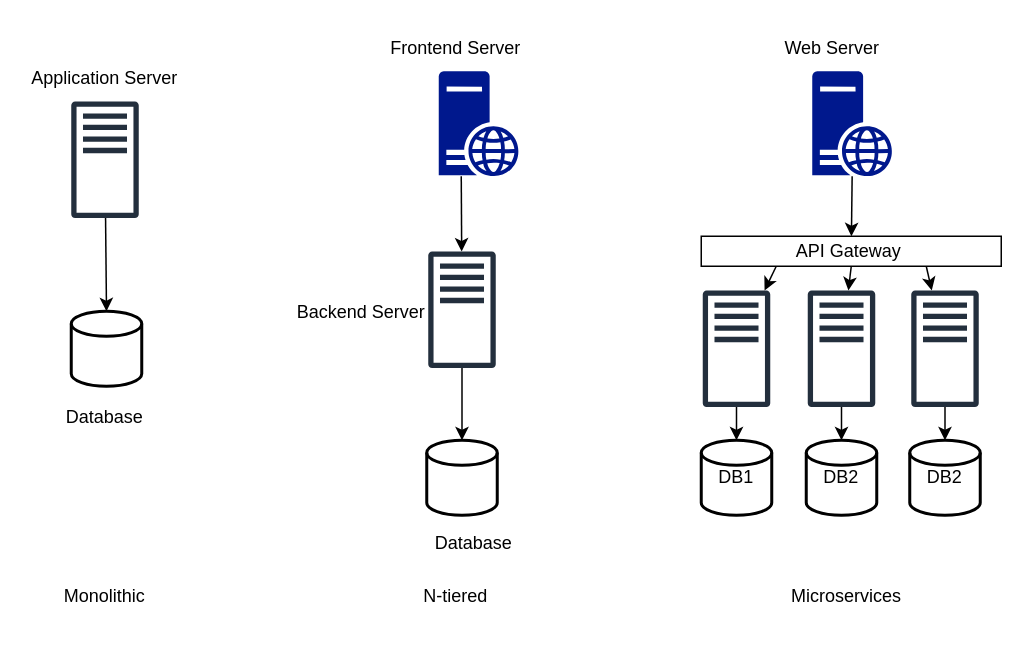
jayanthkmr/architecture-diagrams keeps this draw.io diagram as solutionarchitecture.drawio. Above is the earlier version. Source tidied: cells renumbered, new cells numbered last; positions are measured from the earlier drawing's top-left corner, leaving out a move shared by most shapes. Both pictures are drawn from the tidied source at 150%, with x=0, y=0 at pixel (24, 26).
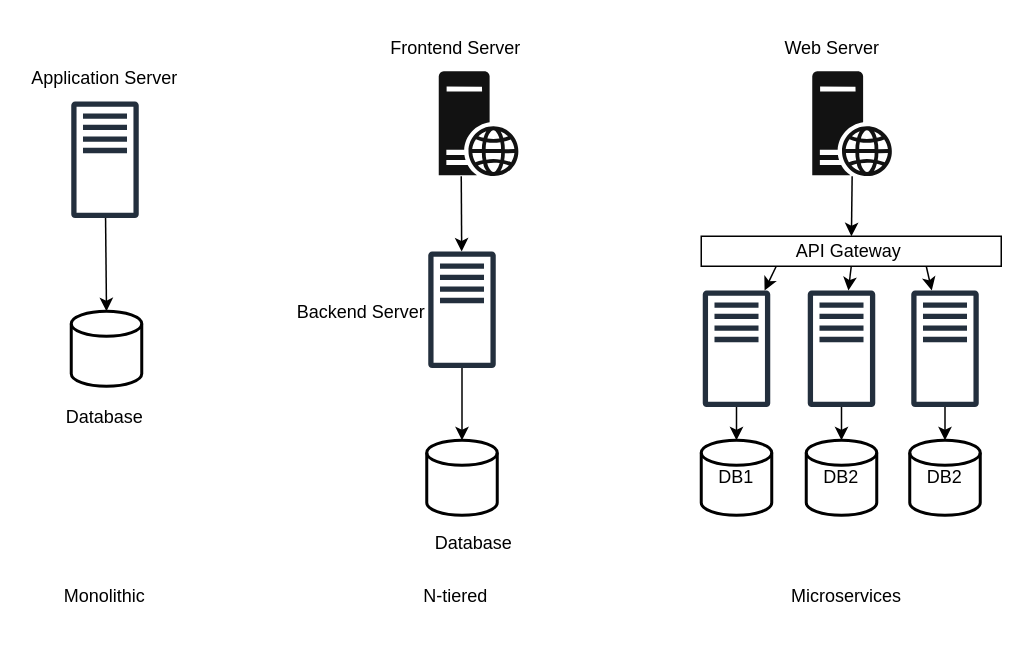
The same page after the edit.

Diff of the diagram source:
```diff
@@
-    <mxCell id="9" style="sketch=0;shadow=0;dashed=0;html=1;strokeColor=none;labelPosition=center;verticalLabelPosition=bottom;verticalAlign=top;align=center;fillColor=#00188D;shape=mxgraph.mscae.enterprise.web_server;" parent="1" vertex="1">
+    <mxCell id="9" style="sketch=0;shadow=0;dashed=0;html=1;strokeColor=none;labelPosition=center;verticalLabelPosition=bottom;verticalAlign=top;align=center;fillColor=#121212;shape=mxgraph.mscae.enterprise.web_server;" parent="1" vertex="1">
       <mxGeometry x="276" y="30" width="53.2" height="70" as="geometry" />
     </mxCell>
@@
-    <mxCell id="15" style="sketch=0;shadow=0;dashed=0;html=1;strokeColor=none;labelPosition=center;verticalLabelPosition=bottom;verticalAlign=top;align=center;fillColor=#00188D;shape=mxgraph.mscae.enterprise.web_server;" parent="1" vertex="1">
+    <mxCell id="15" style="sketch=0;shadow=0;dashed=0;html=1;strokeColor=none;labelPosition=center;verticalLabelPosition=bottom;verticalAlign=top;align=center;fillColor=#121212;shape=mxgraph.mscae.enterprise.web_server;" parent="1" vertex="1">
       <mxGeometry x="525" y="30" width="53.2" height="70" as="geometry" />
     </mxCell>
```
